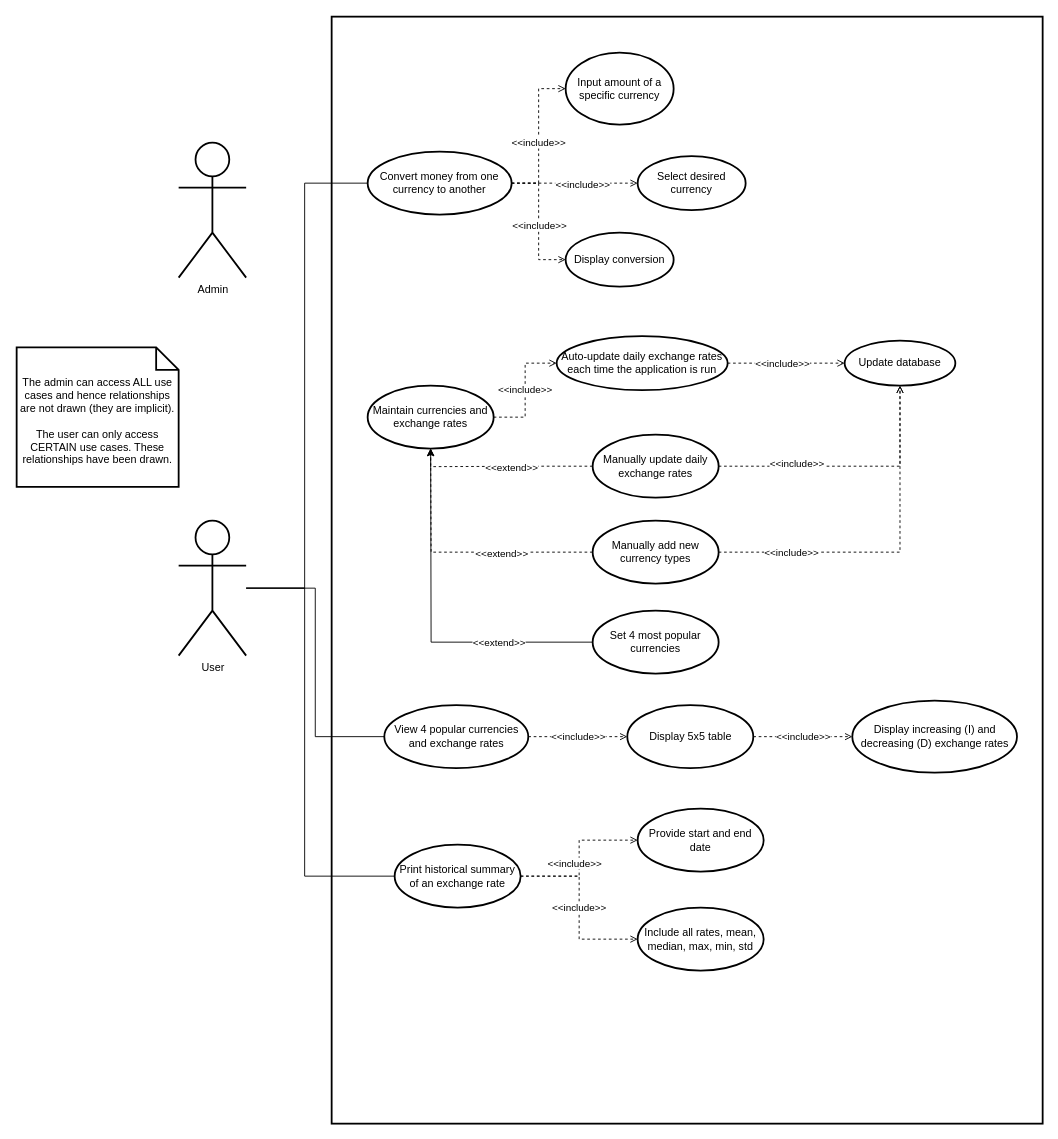
Before: notes/Use Case Diagram.drawio in antrikshdhand/currency-converter, a draw.io diagram. Source tidied: cells renumbered, new cells numbered last; positions are measured from the earlier drawing's top-left corner, leaving out a move shared by most shapes. Both pictures are drawn from the tidied source at 90%, with x=0, y=0 at pixel (16, 16).
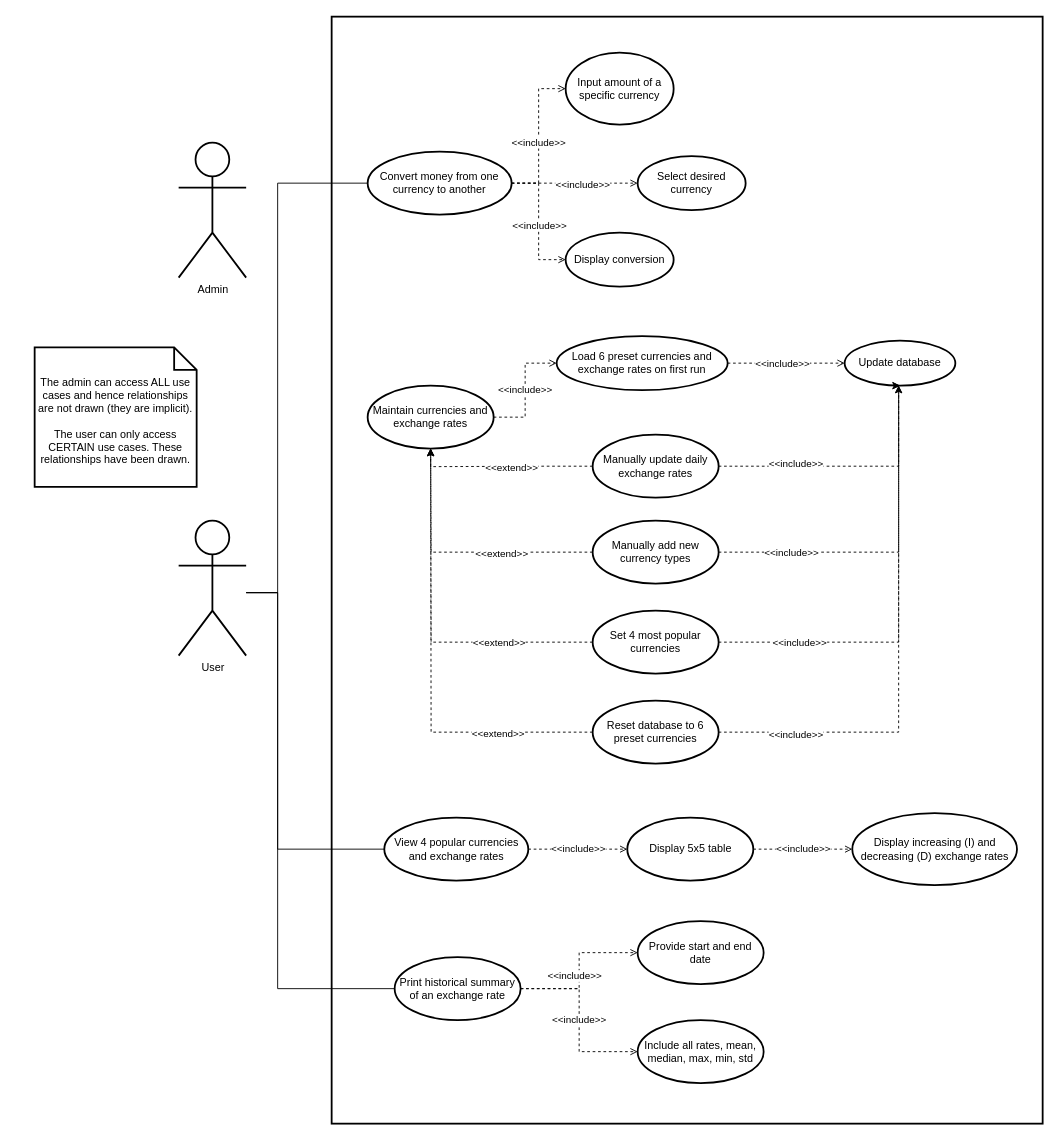
The same page after the edit.

Commit message (it also covers changes not shown here):
Update use case diagram

The change refers to these unchanged cells:
```xml
<mxCell id="7" value="User" style="shape=umlActor;verticalLabelPosition=bottom;verticalAlign=top;html=1;strokeWidth=2;fillColor=none;" parent="1" vertex="1">
  <mxGeometry x="180" y="560" width="75" height="150" as="geometry" />
</mxCell>
<mxCell id="14" value="Convert money from one currency to another" style="ellipse;whiteSpace=wrap;html=1;strokeWidth=2;fillColor=none;" parent="1" vertex="1">
  <mxGeometry x="390" y="150" width="160" height="70" as="geometry" />
</mxCell>
<mxCell id="23" value="Update database" style="ellipse;whiteSpace=wrap;html=1;strokeWidth=2;fillColor=none;" parent="1" vertex="1">
  <mxGeometry x="920" y="360" width="123" height="50" as="geometry" />
</mxCell>
<mxCell id="31" value="Manually update daily exchange rates" style="ellipse;whiteSpace=wrap;html=1;strokeWidth=2;fillColor=none;" parent="1" vertex="1">
  <mxGeometry x="640" y="464.5" width="140" height="70" as="geometry" />
</mxCell>
<mxCell id="38" value="Manually add new currency types" style="ellipse;whiteSpace=wrap;html=1;strokeWidth=2;fillColor=none;" parent="1" vertex="1">
  <mxGeometry x="640" y="560" width="140" height="70" as="geometry" />
</mxCell>
<mxCell id="48" value="Set 4 most popular currencies" style="ellipse;whiteSpace=wrap;html=1;rounded=1;strokeWidth=2;" parent="1" vertex="1">
  <mxGeometry x="640" y="660" width="140" height="70" as="geometry" />
</mxCell>
```

What changed in the source:
```diff
@@
     <mxCell id="4" style="edgeStyle=orthogonalEdgeStyle;rounded=0;jettySize=auto;html=1;entryX=0;entryY=0.5;entryDx=0;entryDy=0;endArrow=none;endFill=0;" parent="1" edge="1" source="7" target="14">
       <mxGeometry relative="1" as="geometry">
         <Array as="points">
-          <mxPoint x="320" y="635" />
-          <mxPoint x="320" y="185" />
+          <mxPoint x="290" y="640" />
+          <mxPoint x="290" y="185" />
         </Array>
       </mxGeometry>
     </mxCell>
-    <mxCell id="5" style="edgeStyle=orthogonalEdgeStyle;rounded=0;jettySize=auto;html=1;entryX=0;entryY=0.5;entryDx=0;entryDy=0;endArrow=none;endFill=0;" parent="1" edge="1" source="7" target="25">
-      <mxGeometry relative="1" as="geometry" />
+    <mxCell id="5" style="edgeStyle=orthogonalEdgeStyle;rounded=0;jettySize=auto;html=1;entryX=0;entryY=0.5;entryDx=0;entryDy=0;endArrow=none;endFill=0;" parent="1" edge="1" target="25">
+      <mxGeometry relative="1" as="geometry">
+        <mxPoint x="255" y="640" as="sourcePoint" />
+        <Array as="points">
+          <mxPoint x="290" y="640" />
+          <mxPoint x="290" y="925" />
+        </Array>
+      </mxGeometry>
     </mxCell>
-    <mxCell id="6" style="edgeStyle=orthogonalEdgeStyle;rounded=0;jettySize=auto;html=1;entryX=0;entryY=0.5;entryDx=0;entryDy=0;endArrow=none;endFill=0;" parent="1" edge="1" source="7" target="42">
+    <mxCell id="6" style="edgeStyle=orthogonalEdgeStyle;rounded=0;jettySize=auto;html=1;entryX=0;entryY=0.5;entryDx=0;entryDy=0;endArrow=none;endFill=0;" parent="1" edge="1" target="42">
       <mxGeometry relative="1" as="geometry">
+        <mxPoint x="255" y="640" as="sourcePoint" />
         <Array as="points">
-          <mxPoint x="320" y="635" />
-          <mxPoint x="320" y="955" />
+          <mxPoint x="255" y="640" />
+          <mxPoint x="290" y="640" />
+          <mxPoint x="290" y="1080" />
         </Array>
       </mxGeometry>
     </mxCell>
@@
-    <mxCell id="22" value="Auto-update daily exchange rates each time the application is run" style="ellipse;whiteSpace=wrap;html=1;strokeWidth=2;fillColor=none;" parent="1" vertex="1">
+    <mxCell id="22" value="Load 6 preset currencies and exchange rates on first run" style="ellipse;whiteSpace=wrap;html=1;strokeWidth=2;fillColor=none;" parent="1" vertex="1">
       <mxGeometry x="600" y="355" width="190" height="60" as="geometry" />
     </mxCell>
@@
     <mxCell id="25" value="View 4 popular currencies and exchange rates" style="ellipse;whiteSpace=wrap;html=1;strokeWidth=2;fillColor=none;" parent="1" vertex="1">
-      <mxGeometry x="408.5" y="765" width="160" height="70" as="geometry" />
+      <mxGeometry x="408.5" y="890" width="160" height="70" as="geometry" />
     </mxCell>
     <mxCell id="26" value="Display increasing (I) and decreasing (D) exchange rates" style="ellipse;whiteSpace=wrap;html=1;strokeWidth=2;fillColor=none;" parent="1" vertex="1">
-      <mxGeometry x="928.5" y="760" width="183" height="80" as="geometry" />
+      <mxGeometry x="928.5" y="885" width="183" height="80" as="geometry" />
     </mxCell>
@@
     <mxCell id="29" style="edgeStyle=orthogonalEdgeStyle;rounded=0;jettySize=auto;html=1;dashed=1;endArrow=open;endFill=0;" parent="1" edge="1" source="31" target="23">
-      <mxGeometry relative="1" as="geometry" />
+      <mxGeometry relative="1" as="geometry">
+        <Array as="points">
+          <mxPoint x="980" y="500" />
+        </Array>
+      </mxGeometry>
     </mxCell>
@@
     <mxCell id="33" value="Display 5x5 table" style="ellipse;whiteSpace=wrap;html=1;strokeWidth=2;fillColor=none;" parent="1" vertex="1">
-      <mxGeometry x="678.5" y="765" width="140" height="70" as="geometry" />
+      <mxGeometry x="678.5" y="890" width="140" height="70" as="geometry" />
     </mxCell>
@@
     <mxCell id="36" style="edgeStyle=orthogonalEdgeStyle;rounded=0;jettySize=auto;html=1;entryX=0.5;entryY=1;entryDx=0;entryDy=0;dashed=1;endArrow=open;endFill=0;" parent="1" edge="1" source="38" target="23">
-      <mxGeometry relative="1" as="geometry" />
+      <mxGeometry relative="1" as="geometry">
+        <Array as="points">
+          <mxPoint x="980" y="595" />
+          <mxPoint x="980" y="410" />
+        </Array>
+      </mxGeometry>
     </mxCell>
@@
     <mxCell id="42" value="Print historical summary of an exchange rate" style="ellipse;whiteSpace=wrap;html=1;strokeWidth=2;fillColor=none;" parent="1" vertex="1">
-      <mxGeometry x="420" y="920" width="140" height="70" as="geometry" />
+      <mxGeometry x="420" y="1045" width="140" height="70" as="geometry" />
     </mxCell>
     <mxCell id="43" value="Provide start and end date" style="ellipse;whiteSpace=wrap;html=1;strokeWidth=2;fillColor=none;" parent="1" vertex="1">
-      <mxGeometry x="690" y="880" width="140" height="70" as="geometry" />
+      <mxGeometry x="690" y="1005" width="140" height="70" as="geometry" />
     </mxCell>
     <mxCell id="44" value="Include all rates, mean, median, max, min, std" style="ellipse;whiteSpace=wrap;html=1;strokeWidth=2;fillColor=none;" parent="1" vertex="1">
-      <mxGeometry x="690" y="990" width="140" height="70" as="geometry" />
+      <mxGeometry x="690" y="1115" width="140" height="70" as="geometry" />
     </mxCell>
     <mxCell id="45" value="The admin can access ALL use cases and hence relationships are not drawn (they are implicit).&lt;br&gt;&lt;br&gt;The user can only access CERTAIN use cases. These relationships have been drawn." style="shape=note2;boundedLbl=1;whiteSpace=wrap;html=1;size=25;verticalAlign=top;align=center;strokeWidth=2;fillColor=none;" parent="1" vertex="1">
-      <mxGeometry y="367.5" width="180" height="155" as="geometry" />
+      <mxGeometry x="20" y="367.5" width="180" height="155" as="geometry" />
     </mxCell>
-    <mxCell id="46" style="edgeStyle=orthogonalEdgeStyle;rounded=0;jettySize=auto;html=1;" parent="1" edge="1" source="48">
+    <mxCell id="46" style="edgeStyle=orthogonalEdgeStyle;rounded=0;jettySize=auto;html=1;dashed=1;" parent="1" edge="1" source="48">
       <mxGeometry relative="1" as="geometry">
         <mxPoint x="460" y="480" as="targetPoint" />
       </mxGeometry>
     </mxCell>
@@
+    <mxCell id="49" style="edgeStyle=orthogonalEdgeStyle;rounded=0;jettySize=auto;html=1;entryX=0.5;entryY=1;entryDx=0;entryDy=0;dashed=1;" parent="1" edge="1" source="48" target="23">
+      <mxGeometry relative="1" as="geometry">
+        <Array as="points">
+          <mxPoint x="980" y="695" />
+          <mxPoint x="980" y="410" />
+        </Array>
+      </mxGeometry>
+    </mxCell>
+    <mxCell id="50" value="&amp;lt;&amp;lt;include&amp;gt;&amp;gt;" style="edgeLabel;html=1;align=center;verticalAlign=middle;" parent="49" vertex="1">
+      <mxGeometry x="-0.69" y="3" relative="1" as="geometry">
+        <mxPoint x="14" y="3" as="offset" />
+      </mxGeometry>
+    </mxCell>
@@
+    <mxCell id="51" style="edgeStyle=orthogonalEdgeStyle;rounded=0;jettySize=auto;html=1;dashed=1;" parent="1" edge="1" source="55">
+      <mxGeometry relative="1" as="geometry">
+        <mxPoint x="460" y="480" as="targetPoint" />
+      </mxGeometry>
+    </mxCell>
+    <mxCell id="52" value="&amp;lt;&amp;lt;extend&amp;gt;&amp;gt;" style="edgeLabel;html=1;align=center;verticalAlign=middle;" parent="51" vertex="1">
+      <mxGeometry x="-0.57" y="1" relative="1" as="geometry" />
+    </mxCell>
+    <mxCell id="53" style="edgeStyle=orthogonalEdgeStyle;rounded=0;jettySize=auto;html=1;dashed=1;" parent="1" edge="1" source="55">
+      <mxGeometry relative="1" as="geometry">
+        <mxPoint x="980" y="410" as="targetPoint" />
+        <Array as="points">
+          <mxPoint x="980" y="795" />
+        </Array>
+      </mxGeometry>
+    </mxCell>
+    <mxCell id="54" value="&amp;lt;&amp;lt;include&amp;gt;&amp;gt;" style="edgeLabel;html=1;align=center;verticalAlign=middle;" parent="53" vertex="1">
+      <mxGeometry x="-0.71" y="-2" relative="1" as="geometry" />
+    </mxCell>
+    <mxCell id="55" value="Reset database to 6 preset currencies" style="ellipse;whiteSpace=wrap;html=1;rounded=1;strokeWidth=2;" parent="1" vertex="1">
+      <mxGeometry x="640" y="760" width="140" height="70" as="geometry" />
+    </mxCell>
```
